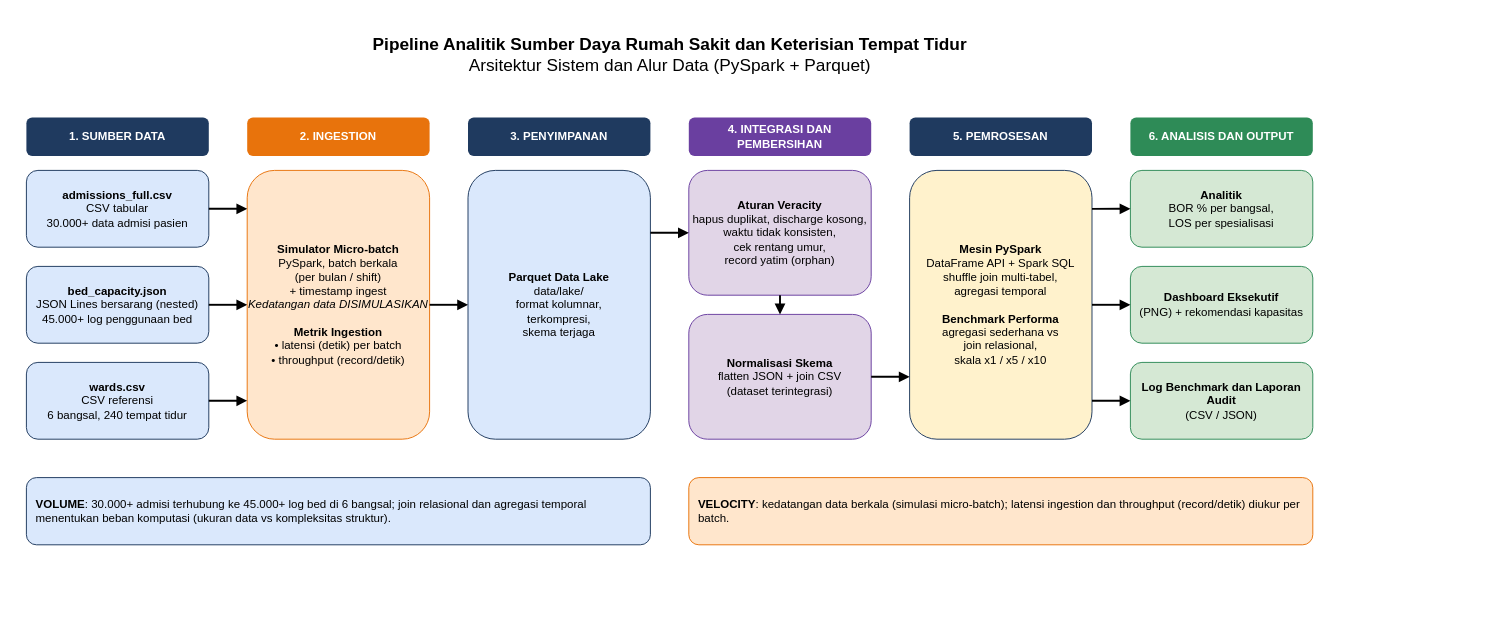
The draw.io diagram architectureanddataflow/Arsitektur_BigData_Hospital_Utilisation.drawio in hendramhs/BigData-Hospital-Resource-Utilisation, before the edit. Source tidied: cells renumbered, new cells numbered last; positions are measured from the earlier drawing's top-left corner, leaving out a move shared by most shapes. Both pictures are drawn from the tidied source at 96%, with x=0, y=0 at pixel (26, 31).
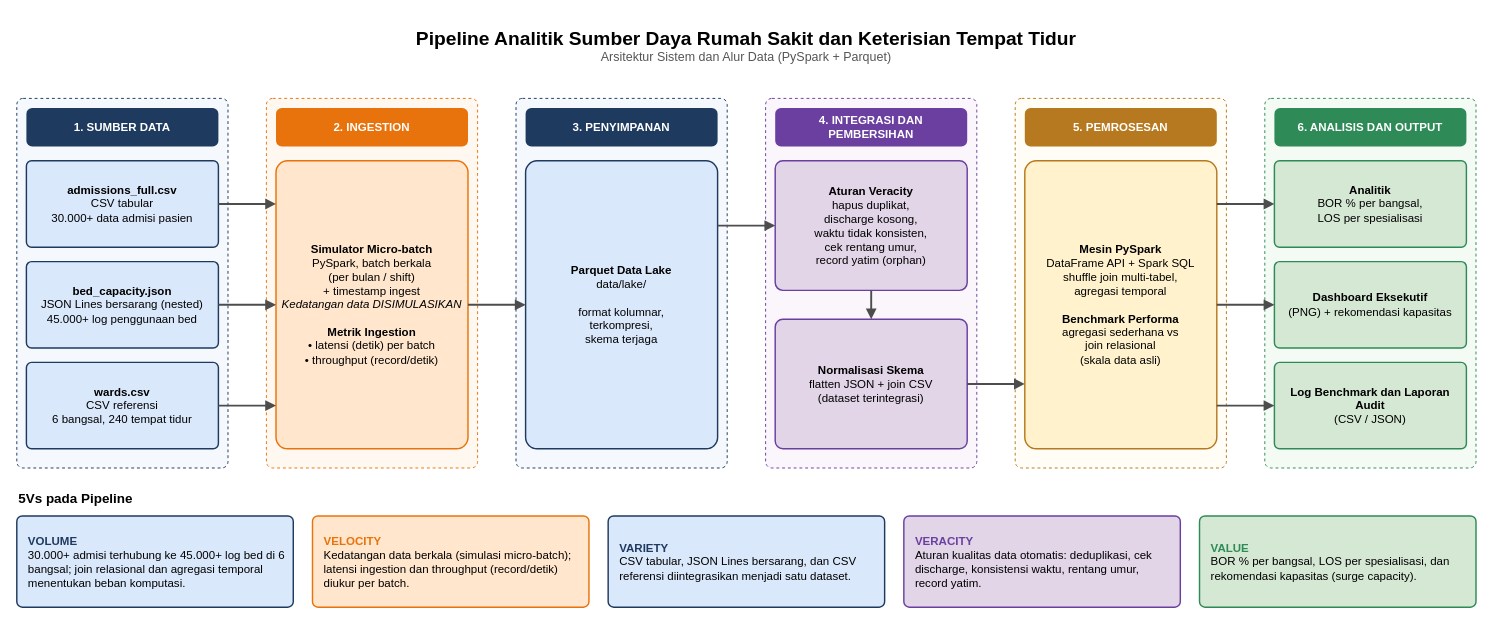
Above is the later version.

Commit message (it also covers changes not shown here):
docs(arch): update system architecture and pipeline documentation

Diff of the diagram source:
```diff
@@
-    <mxCell id="2" value="&lt;b&gt;Pipeline Analitik Sumber Daya Rumah Sakit dan Keterisian Tempat Tidur&lt;/b&gt;&lt;br&gt;Arsitektur Sistem dan Alur Data (PySpark + Parquet)" style="text;html=1;align=center;verticalAlign=middle;fontSize=18;" parent="1" vertex="1">
-      <mxGeometry x="220" width="900" height="50" as="geometry" />
+    <mxCell id="2" value="&lt;b style='font-size:20px'&gt;Pipeline Analitik Sumber Daya Rumah Sakit dan Keterisian Tempat Tidur&lt;/b&gt;&lt;br&gt;&lt;span style='font-size:13px;color:#555'&gt;Arsitektur Sistem dan Alur Data (PySpark + Parquet)&lt;/span&gt;" style="text;html=1;align=center;verticalAlign=middle;whiteSpace=wrap;fontFamily=Helvetica;fontSize=12;" parent="1" vertex="1">
+      <mxGeometry x="-10" y="-15" width="1520" height="60" as="geometry" />
     </mxCell>
+    <mxCell id="32" style="rounded=1;arcSize=3;fillColor=#f5f8fd;strokeColor=#1f3a5f;strokeWidth=1;dashed=1;" parent="1" vertex="1">
+      <mxGeometry x="-10" y="70" width="220" height="385" as="geometry" />
+    </mxCell>
+    <mxCell id="33" value="1. SUMBER DATA" style="rounded=1;fillColor=#1f3a5f;fontColor=#ffffff;fontStyle=1;strokeColor=none;html=1;whiteSpace=wrap;fontFamily=Helvetica;fontSize=12;" parent="1" vertex="1">
+      <mxGeometry y="80" width="200" height="40" as="geometry" />
+    </mxCell>
+    <mxCell id="34" style="rounded=1;arcSize=3;fillColor=#fff8f0;strokeColor=#e8730c;strokeWidth=1;dashed=1;" parent="1" vertex="1">
+      <mxGeometry x="250" y="70" width="220" height="385" as="geometry" />
+    </mxCell>
-    <mxCell id="3" value="1. SUMBER DATA" style="rounded=1;fillColor=#1f3a5f;fontColor=#ffffff;fontStyle=1;strokeColor=none;html=1;whiteSpace=wrap;" parent="1" vertex="1">
-      <mxGeometry y="90" width="190" height="40" as="geometry" />
+    <mxCell id="3" value="2. INGESTION" style="rounded=1;fillColor=#e8730c;fontColor=#ffffff;fontStyle=1;strokeColor=none;html=1;whiteSpace=wrap;fontFamily=Helvetica;fontSize=12;" parent="1" vertex="1">
+      <mxGeometry x="260" y="80" width="200" height="40" as="geometry" />
     </mxCell>
+    <mxCell id="35" style="rounded=1;arcSize=3;fillColor=#f5f8fd;strokeColor=#1f3a5f;strokeWidth=1;dashed=1;" parent="1" vertex="1">
+      <mxGeometry x="510" y="70" width="220" height="385" as="geometry" />
+    </mxCell>
-    <mxCell id="4" value="2. INGESTION" style="rounded=1;fillColor=#e8730c;fontColor=#ffffff;fontStyle=1;strokeColor=none;html=1;whiteSpace=wrap;" parent="1" vertex="1">
-      <mxGeometry x="230" y="90" width="190" height="40" as="geometry" />
+    <mxCell id="4" value="3. PENYIMPANAN" style="rounded=1;fillColor=#1f3a5f;fontColor=#ffffff;fontStyle=1;strokeColor=none;html=1;whiteSpace=wrap;fontFamily=Helvetica;fontSize=12;" parent="1" vertex="1">
+      <mxGeometry x="520" y="80" width="200" height="40" as="geometry" />
     </mxCell>
+    <mxCell id="36" style="rounded=1;arcSize=3;fillColor=#faf6fc;strokeColor=#6a3fa0;strokeWidth=1;dashed=1;" parent="1" vertex="1">
+      <mxGeometry x="770" y="70" width="220" height="385" as="geometry" />
+    </mxCell>
-    <mxCell id="5" value="3. PENYIMPANAN" style="rounded=1;fillColor=#1f3a5f;fontColor=#ffffff;fontStyle=1;strokeColor=none;html=1;whiteSpace=wrap;" parent="1" vertex="1">
-      <mxGeometry x="460" y="90" width="190" height="40" as="geometry" />
+    <mxCell id="5" value="4. INTEGRASI DAN PEMBERSIHAN" style="rounded=1;fillColor=#6a3fa0;fontColor=#ffffff;fontStyle=1;strokeColor=none;html=1;whiteSpace=wrap;fontFamily=Helvetica;fontSize=12;" parent="1" vertex="1">
+      <mxGeometry x="780" y="80" width="200" height="40" as="geometry" />
     </mxCell>
+    <mxCell id="37" style="rounded=1;arcSize=3;fillColor=#fffdf5;strokeColor=#b7791f;strokeWidth=1;dashed=1;" parent="1" vertex="1">
+      <mxGeometry x="1030" y="70" width="220" height="385" as="geometry" />
+    </mxCell>
-    <mxCell id="6" value="4. INTEGRASI DAN PEMBERSIHAN" style="rounded=1;fillColor=#6a3fa0;fontColor=#ffffff;fontStyle=1;strokeColor=none;html=1;whiteSpace=wrap;" parent="1" vertex="1">
-      <mxGeometry x="690" y="90" width="190" height="40" as="geometry" />
+    <mxCell id="6" value="5. PEMROSESAN" style="rounded=1;fillColor=#b7791f;fontColor=#ffffff;fontStyle=1;strokeColor=none;html=1;whiteSpace=wrap;fontFamily=Helvetica;fontSize=12;" parent="1" vertex="1">
+      <mxGeometry x="1040" y="80" width="200" height="40" as="geometry" />
     </mxCell>
+    <mxCell id="38" style="rounded=1;arcSize=3;fillColor=#f4faf4;strokeColor=#2e8b57;strokeWidth=1;dashed=1;" parent="1" vertex="1">
+      <mxGeometry x="1290" y="70" width="220" height="385" as="geometry" />
+    </mxCell>
-    <mxCell id="7" value="5. PEMROSESAN" style="rounded=1;fillColor=#1f3a5f;fontColor=#ffffff;fontStyle=1;strokeColor=none;html=1;whiteSpace=wrap;" parent="1" vertex="1">
-      <mxGeometry x="920" y="90" width="190" height="40" as="geometry" />
+    <mxCell id="7" value="6. ANALISIS DAN OUTPUT" style="rounded=1;fillColor=#2e8b57;fontColor=#ffffff;fontStyle=1;strokeColor=none;html=1;whiteSpace=wrap;fontFamily=Helvetica;fontSize=12;" parent="1" vertex="1">
+      <mxGeometry x="1300" y="80" width="200" height="40" as="geometry" />
     </mxCell>
-    <mxCell id="8" value="6. ANALISIS DAN OUTPUT" style="rounded=1;fillColor=#2e8b57;fontColor=#ffffff;fontStyle=1;strokeColor=none;html=1;whiteSpace=wrap;" parent="1" vertex="1">
-      <mxGeometry x="1150" y="90" width="190" height="40" as="geometry" />
-    </mxCell>
-    <mxCell id="9" value="&lt;b&gt;admissions_full.csv&lt;/b&gt;&lt;br&gt;CSV tabular&lt;br&gt;30.000+ data admisi pasien" style="rounded=1;fillColor=#dae8fc;strokeColor=#1f3a5f;whiteSpace=wrap;html=1;" parent="1" vertex="1">
-      <mxGeometry y="145" width="190" height="80" as="geometry" />
+    <mxCell id="9" value="&lt;b&gt;admissions_full.csv&lt;/b&gt;&lt;br&gt;CSV tabular&lt;br&gt;30.000+ data admisi pasien" style="rounded=1;arcSize=6;fillColor=#dae8fc;strokeColor=#1f3a5f;strokeWidth=1.5;whiteSpace=wrap;html=1;fontFamily=Helvetica;fontSize=12;" parent="1" vertex="1">
+      <mxGeometry y="135" width="200" height="90" as="geometry" />
     </mxCell>
-    <mxCell id="10" value="&lt;b&gt;bed_capacity.json&lt;/b&gt;&lt;br&gt;JSON Lines bersarang (nested)&lt;br&gt;45.000+ log penggunaan bed" style="rounded=1;fillColor=#dae8fc;strokeColor=#1f3a5f;whiteSpace=wrap;html=1;" parent="1" vertex="1">
-      <mxGeometry y="245" width="190" height="80" as="geometry" />
+    <mxCell id="10" value="&lt;b&gt;bed_capacity.json&lt;/b&gt;&lt;br&gt;JSON Lines bersarang (nested)&lt;br&gt;45.000+ log penggunaan bed" style="rounded=1;arcSize=6;fillColor=#dae8fc;strokeColor=#1f3a5f;strokeWidth=1.5;whiteSpace=wrap;html=1;fontFamily=Helvetica;fontSize=12;" parent="1" vertex="1">
+      <mxGeometry y="240" width="200" height="90" as="geometry" />
     </mxCell>
-    <mxCell id="11" value="&lt;b&gt;wards.csv&lt;/b&gt;&lt;br&gt;CSV referensi&lt;br&gt;6 bangsal, 240 tempat tidur" style="rounded=1;fillColor=#dae8fc;strokeColor=#1f3a5f;whiteSpace=wrap;html=1;" parent="1" vertex="1">
-      <mxGeometry y="345" width="190" height="80" as="geometry" />
+    <mxCell id="11" value="&lt;b&gt;wards.csv&lt;/b&gt;&lt;br&gt;CSV referensi&lt;br&gt;6 bangsal, 240 tempat tidur" style="rounded=1;arcSize=6;fillColor=#dae8fc;strokeColor=#1f3a5f;strokeWidth=1.5;whiteSpace=wrap;html=1;fontFamily=Helvetica;fontSize=12;" parent="1" vertex="1">
+      <mxGeometry y="345" width="200" height="90" as="geometry" />
     </mxCell>
-    <mxCell id="12" value="&lt;b&gt;Simulator Micro-batch&lt;/b&gt;&lt;br&gt;PySpark, batch berkala&lt;br&gt;(per bulan / shift)&lt;br&gt;+ timestamp ingest&lt;br&gt;&lt;i&gt;Kedatangan data DISIMULASIKAN&lt;/i&gt;&lt;br&gt;&lt;br&gt;&lt;b&gt;Metrik Ingestion&lt;/b&gt;&lt;br&gt;• latensi (detik) per batch&lt;br&gt;• throughput (record/detik)" style="rounded=1;fillColor=#ffe6cc;strokeColor=#e8730c;whiteSpace=wrap;html=1;" parent="1" vertex="1">
-      <mxGeometry x="230" y="145" width="190" height="280" as="geometry" />
+    <mxCell id="12" value="&lt;b&gt;Simulator Micro-batch&lt;/b&gt;&lt;br&gt;PySpark, batch berkala&lt;br&gt;(per bulan / shift)&lt;br&gt;+ timestamp ingest&lt;br&gt;&lt;i&gt;Kedatangan data DISIMULASIKAN&lt;/i&gt;&lt;br&gt;&lt;br&gt;&lt;b&gt;Metrik Ingestion&lt;/b&gt;&lt;br&gt;• latensi (detik) per batch&lt;br&gt;• throughput (record/detik)" style="rounded=1;arcSize=6;fillColor=#ffe6cc;strokeColor=#e8730c;strokeWidth=1.5;whiteSpace=wrap;html=1;fontFamily=Helvetica;fontSize=12;" parent="1" vertex="1">
+      <mxGeometry x="260" y="135" width="200" height="300" as="geometry" />
     </mxCell>
-    <mxCell id="13" value="&lt;b&gt;Parquet Data Lake&lt;/b&gt;&lt;br&gt;data/lake/&lt;br&gt;format kolumnar,&lt;br&gt;terkompresi,&lt;br&gt;skema terjaga" style="rounded=1;fillColor=#dae8fc;strokeColor=#1f3a5f;whiteSpace=wrap;html=1;" parent="1" vertex="1">
-      <mxGeometry x="460" y="145" width="190" height="280" as="geometry" />
+    <mxCell id="13" value="&lt;b&gt;Parquet Data Lake&lt;/b&gt;&lt;br&gt;data/lake/&lt;br&gt;&lt;br&gt;format kolumnar,&lt;br&gt;terkompresi,&lt;br&gt;skema terjaga" style="rounded=1;arcSize=6;fillColor=#dae8fc;strokeColor=#1f3a5f;strokeWidth=1.5;whiteSpace=wrap;html=1;fontFamily=Helvetica;fontSize=12;" parent="1" vertex="1">
+      <mxGeometry x="520" y="135" width="200" height="300" as="geometry" />
     </mxCell>
-    <mxCell id="14" value="&lt;b&gt;Aturan Veracity&lt;/b&gt;&lt;br&gt;hapus duplikat, discharge kosong,&lt;br&gt;waktu tidak konsisten,&lt;br&gt;cek rentang umur,&lt;br&gt;record yatim (orphan)" style="rounded=1;fillColor=#e1d5e7;strokeColor=#6a3fa0;whiteSpace=wrap;html=1;" parent="1" vertex="1">
-      <mxGeometry x="690" y="145" width="190" height="130" as="geometry" />
+    <mxCell id="14" value="&lt;b&gt;Aturan Veracity&lt;/b&gt;&lt;br&gt;hapus duplikat,&lt;br&gt;discharge kosong,&lt;br&gt;waktu tidak konsisten,&lt;br&gt;cek rentang umur,&lt;br&gt;record yatim (orphan)" style="rounded=1;arcSize=6;fillColor=#e1d5e7;strokeColor=#6a3fa0;strokeWidth=1.5;whiteSpace=wrap;html=1;fontFamily=Helvetica;fontSize=12;" parent="1" vertex="1">
+      <mxGeometry x="780" y="135" width="200" height="135" as="geometry" />
     </mxCell>
-    <mxCell id="15" value="&lt;b&gt;Normalisasi Skema&lt;/b&gt;&lt;br&gt;flatten JSON + join CSV&lt;br&gt;(dataset terintegrasi)" style="rounded=1;fillColor=#e1d5e7;strokeColor=#6a3fa0;whiteSpace=wrap;html=1;" parent="1" vertex="1">
-      <mxGeometry x="690" y="295" width="190" height="130" as="geometry" />
+    <mxCell id="15" value="&lt;b&gt;Normalisasi Skema&lt;/b&gt;&lt;br&gt;flatten JSON + join CSV&lt;br&gt;(dataset terintegrasi)" style="rounded=1;arcSize=6;fillColor=#e1d5e7;strokeColor=#6a3fa0;strokeWidth=1.5;whiteSpace=wrap;html=1;fontFamily=Helvetica;fontSize=12;" parent="1" vertex="1">
+      <mxGeometry x="780" y="300" width="200" height="135" as="geometry" />
     </mxCell>
-    <mxCell id="16" value="&lt;b&gt;Mesin PySpark&lt;/b&gt;&lt;br&gt;DataFrame API + Spark SQL&lt;br&gt;shuffle join multi-tabel,&lt;br&gt;agregasi temporal&lt;br&gt;&lt;br&gt;&lt;b&gt;Benchmark Performa&lt;/b&gt;&lt;br&gt;agregasi sederhana vs&lt;br&gt;join relasional,&lt;br&gt;skala x1 / x5 / x10" style="rounded=1;fillColor=#fff2cc;strokeColor=#1f3a5f;whiteSpace=wrap;html=1;" parent="1" vertex="1">
-      <mxGeometry x="920" y="145" width="190" height="280" as="geometry" />
+    <mxCell id="16" value="&lt;b&gt;Mesin PySpark&lt;/b&gt;&lt;br&gt;DataFrame API + Spark SQL&lt;br&gt;shuffle join multi-tabel,&lt;br&gt;agregasi temporal&lt;br&gt;&lt;br&gt;&lt;b&gt;Benchmark Performa&lt;/b&gt;&lt;br&gt;agregasi sederhana vs&lt;br&gt;join relasional&lt;br&gt;(skala data asli)" style="rounded=1;arcSize=6;fillColor=#fff2cc;strokeColor=#b7791f;strokeWidth=1.5;whiteSpace=wrap;html=1;fontFamily=Helvetica;fontSize=12;" parent="1" vertex="1">
+      <mxGeometry x="1040" y="135" width="200" height="300" as="geometry" />
     </mxCell>
-    <mxCell id="17" value="&lt;b&gt;Analitik&lt;/b&gt;&lt;br&gt;BOR % per bangsal,&lt;br&gt;LOS per spesialisasi" style="rounded=1;fillColor=#d5e8d4;strokeColor=#2e8b57;whiteSpace=wrap;html=1;" parent="1" vertex="1">
-      <mxGeometry x="1150" y="145" width="190" height="80" as="geometry" />
+    <mxCell id="17" value="&lt;b&gt;Analitik&lt;/b&gt;&lt;br&gt;BOR % per bangsal,&lt;br&gt;LOS per spesialisasi" style="rounded=1;arcSize=6;fillColor=#d5e8d4;strokeColor=#2e8b57;strokeWidth=1.5;whiteSpace=wrap;html=1;fontFamily=Helvetica;fontSize=12;" parent="1" vertex="1">
+      <mxGeometry x="1300" y="135" width="200" height="90" as="geometry" />
     </mxCell>
-    <mxCell id="18" value="&lt;b&gt;Dashboard Eksekutif&lt;/b&gt;&lt;br&gt;(PNG) + rekomendasi kapasitas" style="rounded=1;fillColor=#d5e8d4;strokeColor=#2e8b57;whiteSpace=wrap;html=1;" parent="1" vertex="1">
-      <mxGeometry x="1150" y="245" width="190" height="80" as="geometry" />
+    <mxCell id="18" value="&lt;b&gt;Dashboard Eksekutif&lt;/b&gt;&lt;br&gt;(PNG) + rekomendasi kapasitas" style="rounded=1;arcSize=6;fillColor=#d5e8d4;strokeColor=#2e8b57;strokeWidth=1.5;whiteSpace=wrap;html=1;fontFamily=Helvetica;fontSize=12;" parent="1" vertex="1">
+      <mxGeometry x="1300" y="240" width="200" height="90" as="geometry" />
     </mxCell>
-    <mxCell id="19" value="&lt;b&gt;Log Benchmark dan Laporan Audit&lt;/b&gt;&lt;br&gt;(CSV / JSON)" style="rounded=1;fillColor=#d5e8d4;strokeColor=#2e8b57;whiteSpace=wrap;html=1;" parent="1" vertex="1">
-      <mxGeometry x="1150" y="345" width="190" height="80" as="geometry" />
+    <mxCell id="19" value="&lt;b&gt;Log Benchmark dan Laporan Audit&lt;/b&gt;&lt;br&gt;(CSV / JSON)" style="rounded=1;arcSize=6;fillColor=#d5e8d4;strokeColor=#2e8b57;strokeWidth=1.5;whiteSpace=wrap;html=1;fontFamily=Helvetica;fontSize=12;" parent="1" vertex="1">
+      <mxGeometry x="1300" y="345" width="200" height="90" as="geometry" />
     </mxCell>
-    <mxCell id="20" value="&lt;b&gt;VOLUME&lt;/b&gt;: 30.000+ admisi terhubung ke 45.000+ log bed di 6 bangsal; join relasional dan agregasi temporal menentukan beban komputasi (ukuran data vs kompleksitas struktur)." style="rounded=1;fillColor=#dae8fc;strokeColor=#1f3a5f;whiteSpace=wrap;html=1;align=left;spacingLeft=8;" parent="1" vertex="1">
-      <mxGeometry y="465" width="650" height="70" as="geometry" />
-    </mxCell>
-    <mxCell id="21" value="&lt;b&gt;VELOCITY&lt;/b&gt;: kedatangan data berkala (simulasi micro-batch); latensi ingestion dan throughput (record/detik) diukur per batch." style="rounded=1;fillColor=#ffe6cc;strokeColor=#e8730c;whiteSpace=wrap;html=1;align=left;spacingLeft=8;" parent="1" vertex="1">
-      <mxGeometry x="690" y="465" width="650" height="70" as="geometry" />
-    </mxCell>
-    <mxCell id="22" style="edgeStyle=orthogonalEdgeStyle;rounded=0;endArrow=block;strokeWidth=2;exitX=1;exitY=0.5;entryX=0;entryY=0.143;" parent="1" edge="1" source="9" target="12">
+    <mxCell id="22" style="edgeStyle=orthogonalEdgeStyle;rounded=0;html=1;endArrow=block;endFill=1;strokeWidth=2;strokeColor=#4d4d4d;exitX=1;exitY=0.5;exitDx=0;exitDy=0;entryX=0;entryY=0.15;entryDx=0;entryDy=0;" parent="1" edge="1" source="9" target="12">
       <mxGeometry relative="1" as="geometry" />
     </mxCell>
-    <mxCell id="23" style="edgeStyle=orthogonalEdgeStyle;rounded=0;endArrow=block;strokeWidth=2;exitX=1;exitY=0.5;entryX=0;entryY=0.5;" parent="1" edge="1" source="10" target="12">
+    <mxCell id="23" style="edgeStyle=orthogonalEdgeStyle;rounded=0;html=1;endArrow=block;endFill=1;strokeWidth=2;strokeColor=#4d4d4d;exitX=1;exitY=0.5;exitDx=0;exitDy=0;entryX=0;entryY=0.5;entryDx=0;entryDy=0;" parent="1" edge="1" source="10" target="12">
       <mxGeometry relative="1" as="geometry" />
     </mxCell>
-    <mxCell id="24" style="edgeStyle=orthogonalEdgeStyle;rounded=0;endArrow=block;strokeWidth=2;exitX=1;exitY=0.5;entryX=0;entryY=0.857;" parent="1" edge="1" source="11" target="12">
+    <mxCell id="24" style="edgeStyle=orthogonalEdgeStyle;rounded=0;html=1;endArrow=block;endFill=1;strokeWidth=2;strokeColor=#4d4d4d;exitX=1;exitY=0.5;exitDx=0;exitDy=0;entryX=0;entryY=0.85;entryDx=0;entryDy=0;" parent="1" edge="1" source="11" target="12">
       <mxGeometry relative="1" as="geometry" />
     </mxCell>
-    <mxCell id="25" style="edgeStyle=orthogonalEdgeStyle;rounded=0;endArrow=block;strokeWidth=2;exitX=1;exitY=0.5;entryX=0;entryY=0.5;" parent="1" edge="1" source="12" target="13">
+    <mxCell id="25" style="edgeStyle=orthogonalEdgeStyle;rounded=0;html=1;endArrow=block;endFill=1;strokeWidth=2;strokeColor=#4d4d4d;exitX=1;exitY=0.5;exitDx=0;exitDy=0;entryX=0;entryY=0.5;entryDx=0;entryDy=0;" parent="1" edge="1" source="12" target="13">
       <mxGeometry relative="1" as="geometry" />
     </mxCell>
-    <mxCell id="26" style="edgeStyle=orthogonalEdgeStyle;rounded=0;endArrow=block;strokeWidth=2;exitX=1;exitY=0.232;entryX=0;entryY=0.5;" parent="1" edge="1" source="13" target="14">
+    <mxCell id="26" style="edgeStyle=orthogonalEdgeStyle;rounded=0;html=1;endArrow=block;endFill=1;strokeWidth=2;strokeColor=#4d4d4d;exitX=1;exitY=0.225;exitDx=0;exitDy=0;entryX=0;entryY=0.5;entryDx=0;entryDy=0;" parent="1" edge="1" source="13" target="14">
       <mxGeometry relative="1" as="geometry" />
     </mxCell>
-    <mxCell id="27" style="edgeStyle=orthogonalEdgeStyle;rounded=0;endArrow=block;strokeWidth=2;exitX=0.5;exitY=1;entryX=0.5;entryY=0;" parent="1" edge="1" source="14" target="15">
+    <mxCell id="27" style="edgeStyle=orthogonalEdgeStyle;rounded=0;html=1;endArrow=block;endFill=1;strokeWidth=2;strokeColor=#4d4d4d;exitX=0.5;exitY=1;exitDx=0;exitDy=0;entryX=0.5;entryY=0;entryDx=0;entryDy=0;" parent="1" edge="1" source="14" target="15">
       <mxGeometry relative="1" as="geometry" />
     </mxCell>
-    <mxCell id="28" style="edgeStyle=orthogonalEdgeStyle;rounded=0;endArrow=block;strokeWidth=2;exitX=1;exitY=0.5;entryX=0;entryY=0.768;" parent="1" edge="1" source="15" target="16">
+    <mxCell id="28" style="edgeStyle=orthogonalEdgeStyle;rounded=0;html=1;endArrow=block;endFill=1;strokeWidth=2;strokeColor=#4d4d4d;exitX=1;exitY=0.5;exitDx=0;exitDy=0;entryX=0;entryY=0.775;entryDx=0;entryDy=0;" parent="1" edge="1" source="15" target="16">
       <mxGeometry relative="1" as="geometry" />
     </mxCell>
-    <mxCell id="29" style="edgeStyle=orthogonalEdgeStyle;rounded=0;endArrow=block;strokeWidth=2;exitX=1;exitY=0.143;entryX=0;entryY=0.5;" parent="1" edge="1" source="16" target="17">
+    <mxCell id="29" style="edgeStyle=orthogonalEdgeStyle;rounded=0;html=1;endArrow=block;endFill=1;strokeWidth=2;strokeColor=#4d4d4d;exitX=1;exitY=0.15;exitDx=0;exitDy=0;entryX=0;entryY=0.5;entryDx=0;entryDy=0;" parent="1" edge="1" source="16" target="17">
       <mxGeometry relative="1" as="geometry" />
     </mxCell>
-    <mxCell id="30" style="edgeStyle=orthogonalEdgeStyle;rounded=0;endArrow=block;strokeWidth=2;exitX=1;exitY=0.5;entryX=0;entryY=0.5;" parent="1" edge="1" source="16" target="18">
+    <mxCell id="30" style="edgeStyle=orthogonalEdgeStyle;rounded=0;html=1;endArrow=block;endFill=1;strokeWidth=2;strokeColor=#4d4d4d;exitX=1;exitY=0.5;exitDx=0;exitDy=0;entryX=0;entryY=0.5;entryDx=0;entryDy=0;" parent="1" edge="1" source="16" target="18">
       <mxGeometry relative="1" as="geometry" />
     </mxCell>
-    <mxCell id="31" style="edgeStyle=orthogonalEdgeStyle;rounded=0;endArrow=block;strokeWidth=2;exitX=1;exitY=0.857;entryX=0;entryY=0.5;" parent="1" edge="1" source="16" target="19">
+    <mxCell id="31" style="edgeStyle=orthogonalEdgeStyle;rounded=0;html=1;endArrow=block;endFill=1;strokeWidth=2;strokeColor=#4d4d4d;exitX=1;exitY=0.85;exitDx=0;exitDy=0;entryX=0;entryY=0.5;entryDx=0;entryDy=0;" parent="1" edge="1" source="16" target="19">
       <mxGeometry relative="1" as="geometry" />
     </mxCell>
+    <mxCell id="39" value="&lt;b&gt;5Vs pada Pipeline&lt;/b&gt;" style="text;html=1;align=left;verticalAlign=middle;fontSize=14;fontFamily=Helvetica;" parent="1" vertex="1">
+      <mxGeometry x="-10" y="475" width="1520" height="24" as="geometry" />
+    </mxCell>
+    <mxCell id="40" value="&lt;b style='color:#1f3a5f'&gt;VOLUME&lt;/b&gt;&lt;br&gt;30.000+ admisi terhubung ke 45.000+ log bed di 6 bangsal; join relasional dan agregasi temporal menentukan beban komputasi." style="rounded=1;arcSize=6;fillColor=#dae8fc;strokeColor=#1f3a5f;strokeWidth=1.5;whiteSpace=wrap;html=1;align=left;verticalAlign=middle;spacingLeft=10;spacingRight=8;fontFamily=Helvetica;fontSize=12;" parent="1" vertex="1">
+      <mxGeometry x="-10" y="505" width="288" height="95" as="geometry" />
+    </mxCell>
+    <mxCell id="41" value="&lt;b style='color:#e8730c'&gt;VELOCITY&lt;/b&gt;&lt;br&gt;Kedatangan data berkala (simulasi micro-batch); latensi ingestion dan throughput (record/detik) diukur per batch." style="rounded=1;arcSize=6;fillColor=#ffe6cc;strokeColor=#e8730c;strokeWidth=1.5;whiteSpace=wrap;html=1;align=left;verticalAlign=middle;spacingLeft=10;spacingRight=8;fontFamily=Helvetica;fontSize=12;" parent="1" vertex="1">
+      <mxGeometry x="298" y="505" width="288" height="95" as="geometry" />
+    </mxCell>
+    <mxCell id="42" value="&lt;b style='color:#1f3a5f'&gt;VARIETY&lt;/b&gt;&lt;br&gt;CSV tabular, JSON Lines bersarang, dan CSV referensi diintegrasikan menjadi satu dataset." style="rounded=1;arcSize=6;fillColor=#dae8fc;strokeColor=#1f3a5f;strokeWidth=1.5;whiteSpace=wrap;html=1;align=left;verticalAlign=middle;spacingLeft=10;spacingRight=8;fontFamily=Helvetica;fontSize=12;" parent="1" vertex="1">
+      <mxGeometry x="606" y="505" width="288" height="95" as="geometry" />
+    </mxCell>
+    <mxCell id="43" value="&lt;b style='color:#6a3fa0'&gt;VERACITY&lt;/b&gt;&lt;br&gt;Aturan kualitas data otomatis: deduplikasi, cek discharge, konsistensi waktu, rentang umur, record yatim." style="rounded=1;arcSize=6;fillColor=#e1d5e7;strokeColor=#6a3fa0;strokeWidth=1.5;whiteSpace=wrap;html=1;align=left;verticalAlign=middle;spacingLeft=10;spacingRight=8;fontFamily=Helvetica;fontSize=12;" parent="1" vertex="1">
+      <mxGeometry x="914" y="505" width="288" height="95" as="geometry" />
+    </mxCell>
+    <mxCell id="44" value="&lt;b style='color:#2e8b57'&gt;VALUE&lt;/b&gt;&lt;br&gt;BOR % per bangsal, LOS per spesialisasi, dan rekomendasi kapasitas (surge capacity)." style="rounded=1;arcSize=6;fillColor=#d5e8d4;strokeColor=#2e8b57;strokeWidth=1.5;whiteSpace=wrap;html=1;align=left;verticalAlign=middle;spacingLeft=10;spacingRight=8;fontFamily=Helvetica;fontSize=12;" parent="1" vertex="1">
+      <mxGeometry x="1222" y="505" width="288" height="95" as="geometry" />
+    </mxCell>
```
